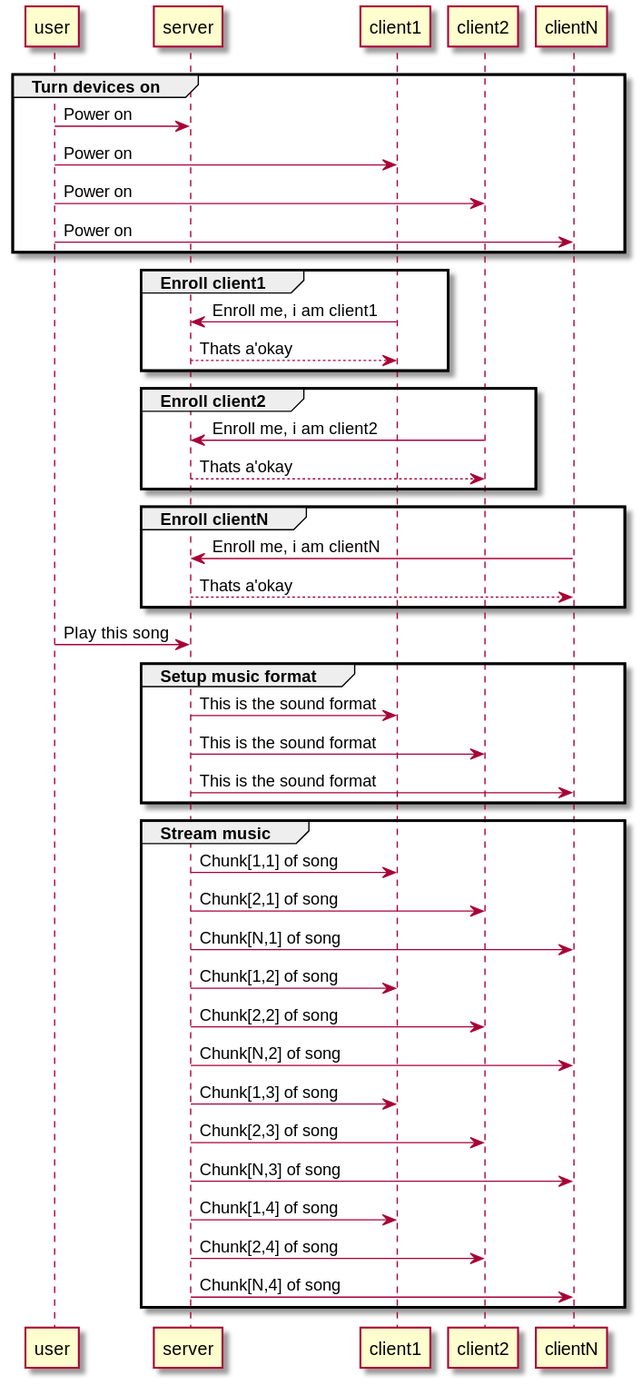
Earlier version of the PlantUML export diagrams/how_to_use.svg (NielsDyrberg/Wireless_sound_zones).
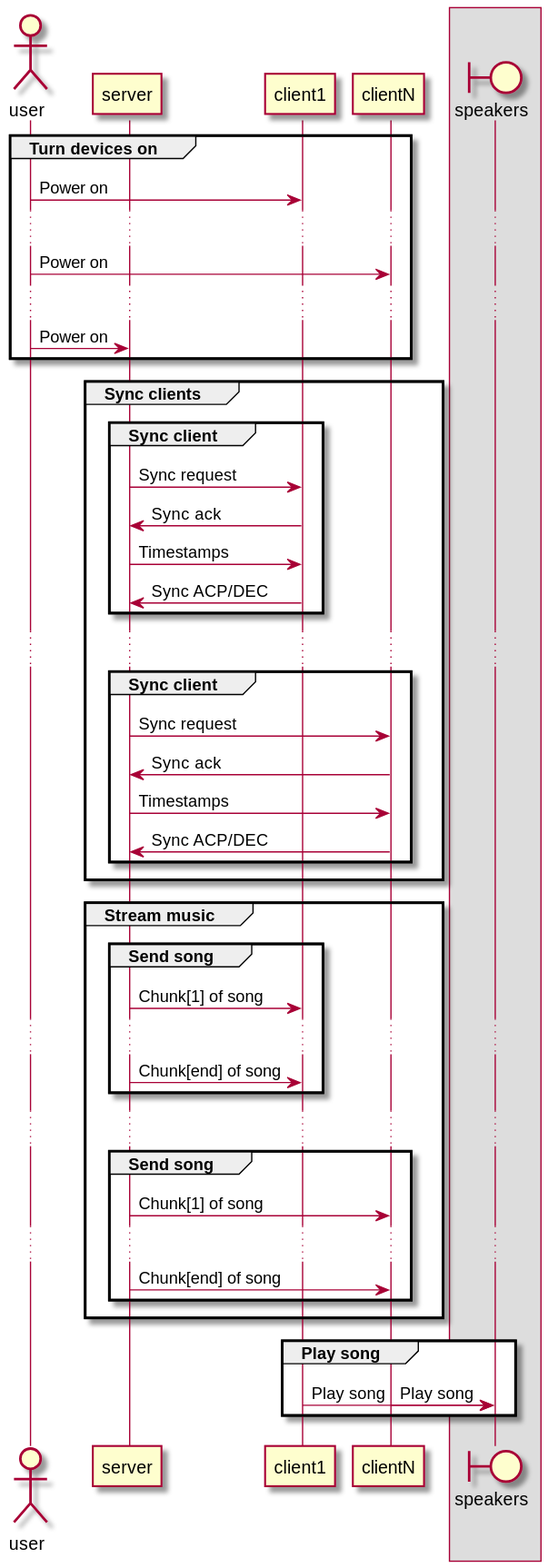
Later version of the same file.

What changed in the source:
```diff
@@ -1,51 +1,56 @@
 @startuml how_to_use
+!pragma teoz true
+
+actor user
+participant server
+participant client1
+participant clientN
+box
+boundary speakers
+end box
 
 group Turn devices on
+    user -> client1: Power on
+    ...
+    user -> clientN: Power on
+    ...
     user -> server: Power on
-    user -> client1: Power on
-    user -> client2: Power on
-    user -> clientN: Power on
 end
 
-group Enroll client1
-    client1 -> server: Enroll me, i am client1
-    client1 <-- server: Thats a'okay
-end
+group Sync clients
+    group Sync client
+        server -> client1: Sync request
+        server <- client1: Sync ack
+        server -> client1: Timestamps
+        server <- client1: Sync ACP/DEC
+    end
+    ...
+    group Sync client
+        server -> clientN: Sync request
+        server <- clientN: Sync ack
+        server -> clientN: Timestamps
+        server <- clientN: Sync ACP/DEC
+    end
 
-group Enroll client2
-    client2 -> server: Enroll me, i am client2
-    client2 <-- server: Thats a'okay
-end
-
-group Enroll clientN
-    clientN -> server: Enroll me, i am clientN
-    clientN <-- server: Thats a'okay
-end
-
-user -> server: Play this song
-
-group Setup music format
-    server -> client1: This is the sound format
-    server -> client2: This is the sound format
-    server -> clientN: This is the sound format
 end
 
 group Stream music
-    server -> client1: Chunk[1,1] of song
-    server -> client2: Chunk[2,1] of song
-    server -> clientN: Chunk[N,1] of song
+    group Send song
+        server -> client1: Chunk[1] of song
+        ...
+        server -> client1: Chunk[end] of song
+    end
+    ...
+    group Send song
+        server -> clientN: Chunk[1] of song
+        ...
+        server -> clientN: Chunk[end] of song
+    end
+end
 
-    server -> client1: Chunk[1,2] of song
-    server -> client2: Chunk[2,2] of song
-    server -> clientN: Chunk[N,2] of song
-
-    server -> client1: Chunk[1,3] of song
-    server -> client2: Chunk[2,3] of song
-    server -> clientN: Chunk[N,3] of song
-
-    server -> client1: Chunk[1,4] of song
-    server -> client2: Chunk[2,4] of song
-    server -> clientN: Chunk[N,4] of song
+group Play song
+    client1 -> speakers: Play song
+    & clientN -> speakers: Play song
 end
 
 @enduml
```
